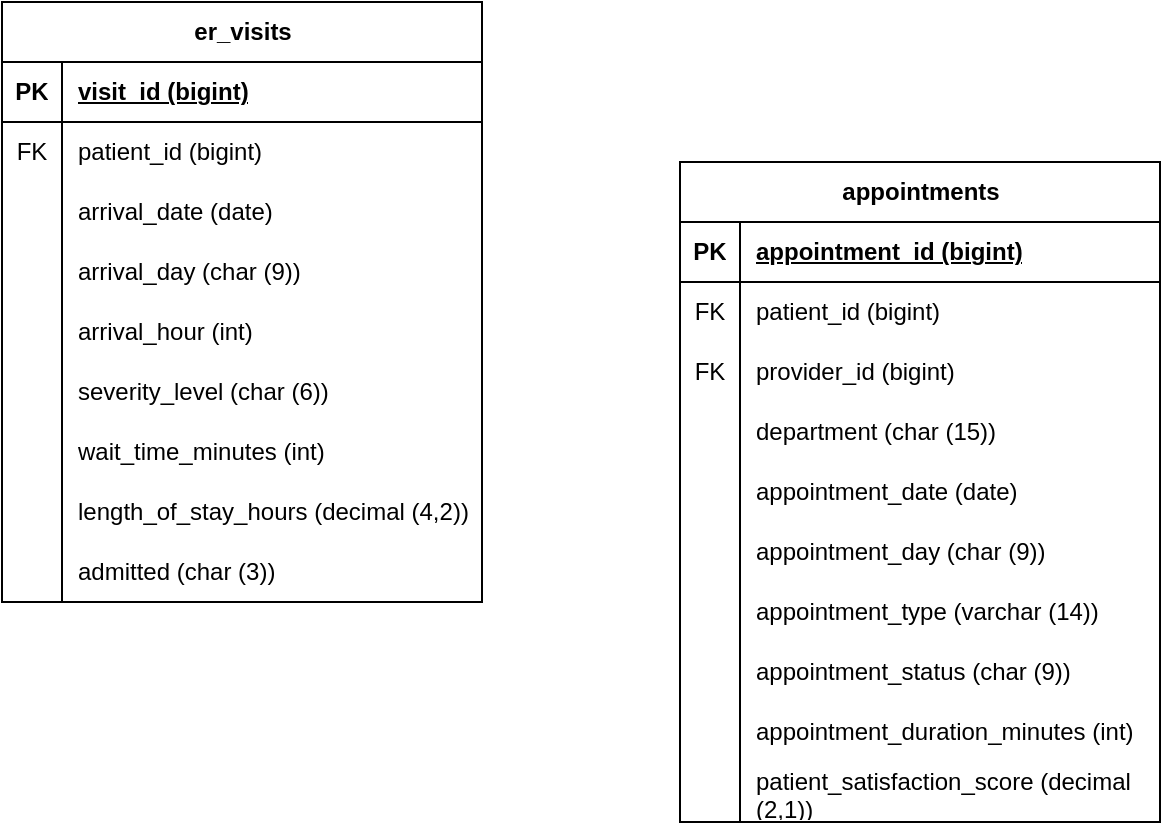
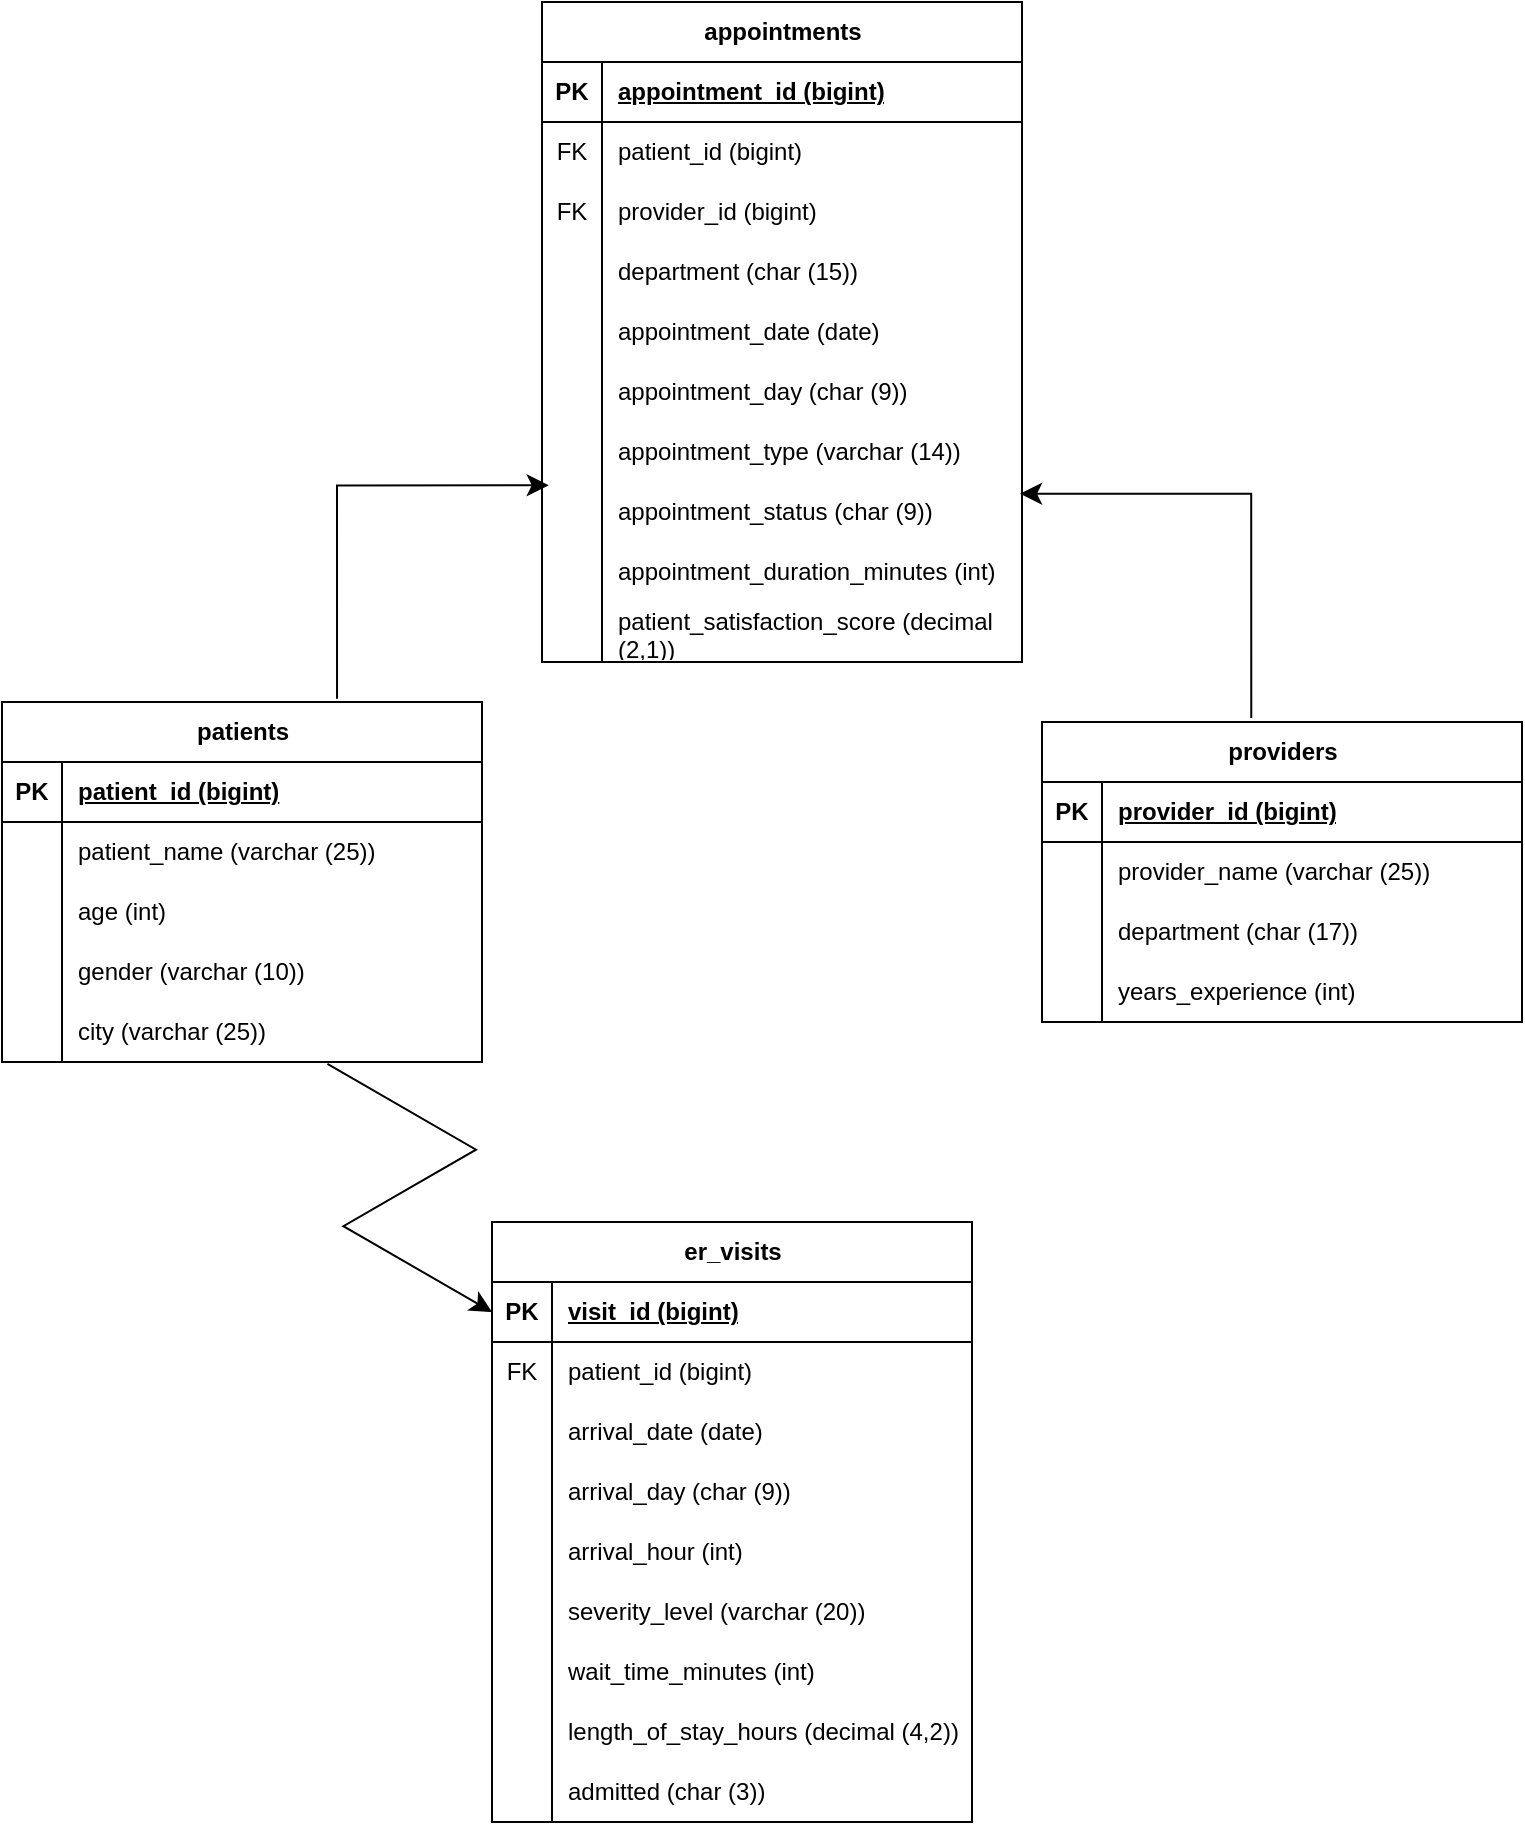
<mxfile host="app.diagrams.net" agent="Mozilla/5.0 (Windows NT 10.0; Win64; x64) AppleWebKit/537.36 (KHTML, like Gecko) Chrome/142.0.0.0 Safari/537.36 Edg/142.0.0.0">
  <diagram name="ERD_healthcare_analytics_portfolio" id="9BvIwh3tLtFuTYe9Xsei">
    <mxGraphModel grid="1" page="1" gridSize="10" guides="1" tooltips="1" connect="1" arrows="1" fold="1" pageScale="1" pageWidth="850" pageHeight="1100" math="0" shadow="0">
      <root>
        <mxCell id="0" />
        <mxCell id="1" parent="0" />
        <mxCell id="UjN1ndXcJ4lHq0jA6Iy1-11" parent="1" style="shape=table;startSize=30;container=1;collapsible=1;childLayout=tableLayout;fixedRows=1;rowLines=0;fontStyle=1;align=center;resizeLast=1;html=1;" value="er_visits" vertex="1">
-           <mxGeometry height="300" width="240" x="70" y="110" as="geometry" />
+           <mxGeometry height="300" width="240" x="305" y="640" as="geometry" />
        </mxCell>
        <mxCell id="UjN1ndXcJ4lHq0jA6Iy1-12" parent="UjN1ndXcJ4lHq0jA6Iy1-11" style="shape=tableRow;horizontal=0;startSize=0;swimlaneHead=0;swimlaneBody=0;fillColor=none;collapsible=0;dropTarget=0;points=[[0,0.5],[1,0.5]];portConstraint=eastwest;top=0;left=0;right=0;bottom=1;" value="" vertex="1">
          <mxGeometry height="30" width="240" y="30" as="geometry" />
        </mxCell>
        <mxCell id="UjN1ndXcJ4lHq0jA6Iy1-13" parent="UjN1ndXcJ4lHq0jA6Iy1-12" style="shape=partialRectangle;connectable=0;fillColor=none;top=0;left=0;bottom=0;right=0;fontStyle=1;overflow=hidden;whiteSpace=wrap;html=1;" value="PK" vertex="1">
          <mxGeometry height="30" width="30" as="geometry">
            <mxRectangle height="30" width="30" as="alternateBounds" />
          </mxGeometry>
        </mxCell>
        <mxCell id="UjN1ndXcJ4lHq0jA6Iy1-14" parent="UjN1ndXcJ4lHq0jA6Iy1-12" style="shape=partialRectangle;connectable=0;fillColor=none;top=0;left=0;bottom=0;right=0;align=left;spacingLeft=6;fontStyle=5;overflow=hidden;whiteSpace=wrap;html=1;" value="visit_id (bigint)" vertex="1">
          <mxGeometry height="30" width="210" x="30" as="geometry">
            <mxRectangle height="30" width="210" as="alternateBounds" />
          </mxGeometry>
        </mxCell>
        <mxCell id="UjN1ndXcJ4lHq0jA6Iy1-15" parent="UjN1ndXcJ4lHq0jA6Iy1-11" style="shape=tableRow;horizontal=0;startSize=0;swimlaneHead=0;swimlaneBody=0;fillColor=none;collapsible=0;dropTarget=0;points=[[0,0.5],[1,0.5]];portConstraint=eastwest;top=0;left=0;right=0;bottom=0;" value="" vertex="1">
          <mxGeometry height="30" width="240" y="60" as="geometry" />
        </mxCell>
        <mxCell id="UjN1ndXcJ4lHq0jA6Iy1-16" parent="UjN1ndXcJ4lHq0jA6Iy1-15" style="shape=partialRectangle;connectable=0;fillColor=none;top=0;left=0;bottom=0;right=0;editable=1;overflow=hidden;whiteSpace=wrap;html=1;" value="FK" vertex="1">
          <mxGeometry height="30" width="30" as="geometry">
            <mxRectangle height="30" width="30" as="alternateBounds" />
          </mxGeometry>
        </mxCell>
        <mxCell id="UjN1ndXcJ4lHq0jA6Iy1-17" parent="UjN1ndXcJ4lHq0jA6Iy1-15" style="shape=partialRectangle;connectable=0;fillColor=none;top=0;left=0;bottom=0;right=0;align=left;spacingLeft=6;overflow=hidden;whiteSpace=wrap;html=1;" value="patient_id (bigint)" vertex="1">
          <mxGeometry height="30" width="210" x="30" as="geometry">
            <mxRectangle height="30" width="210" as="alternateBounds" />
          </mxGeometry>
        </mxCell>
        <mxCell id="UjN1ndXcJ4lHq0jA6Iy1-18" parent="UjN1ndXcJ4lHq0jA6Iy1-11" style="shape=tableRow;horizontal=0;startSize=0;swimlaneHead=0;swimlaneBody=0;fillColor=none;collapsible=0;dropTarget=0;points=[[0,0.5],[1,0.5]];portConstraint=eastwest;top=0;left=0;right=0;bottom=0;" value="" vertex="1">
          <mxGeometry height="30" width="240" y="90" as="geometry" />
        </mxCell>
        <mxCell id="UjN1ndXcJ4lHq0jA6Iy1-19" parent="UjN1ndXcJ4lHq0jA6Iy1-18" style="shape=partialRectangle;connectable=0;fillColor=none;top=0;left=0;bottom=0;right=0;editable=1;overflow=hidden;whiteSpace=wrap;html=1;" value="" vertex="1">
          <mxGeometry height="30" width="30" as="geometry">
            <mxRectangle height="30" width="30" as="alternateBounds" />
          </mxGeometry>
        </mxCell>
        <mxCell id="UjN1ndXcJ4lHq0jA6Iy1-20" parent="UjN1ndXcJ4lHq0jA6Iy1-18" style="shape=partialRectangle;connectable=0;fillColor=none;top=0;left=0;bottom=0;right=0;align=left;spacingLeft=6;overflow=hidden;whiteSpace=wrap;html=1;" value="arrival_date (date)" vertex="1">
          <mxGeometry height="30" width="210" x="30" as="geometry">
            <mxRectangle height="30" width="210" as="alternateBounds" />
          </mxGeometry>
        </mxCell>
        <mxCell id="UjN1ndXcJ4lHq0jA6Iy1-21" parent="UjN1ndXcJ4lHq0jA6Iy1-11" style="shape=tableRow;horizontal=0;startSize=0;swimlaneHead=0;swimlaneBody=0;fillColor=none;collapsible=0;dropTarget=0;points=[[0,0.5],[1,0.5]];portConstraint=eastwest;top=0;left=0;right=0;bottom=0;" value="" vertex="1">
          <mxGeometry height="30" width="240" y="120" as="geometry" />
        </mxCell>
        <mxCell id="UjN1ndXcJ4lHq0jA6Iy1-22" parent="UjN1ndXcJ4lHq0jA6Iy1-21" style="shape=partialRectangle;connectable=0;fillColor=none;top=0;left=0;bottom=0;right=0;editable=1;overflow=hidden;whiteSpace=wrap;html=1;" value="" vertex="1">
          <mxGeometry height="30" width="30" as="geometry">
            <mxRectangle height="30" width="30" as="alternateBounds" />
          </mxGeometry>
        </mxCell>
        <mxCell id="UjN1ndXcJ4lHq0jA6Iy1-23" parent="UjN1ndXcJ4lHq0jA6Iy1-21" style="shape=partialRectangle;connectable=0;fillColor=none;top=0;left=0;bottom=0;right=0;align=left;spacingLeft=6;overflow=hidden;whiteSpace=wrap;html=1;" value="arrival_day (char (9))&lt;span style=&quot;white-space: pre;&quot;&gt;&#x9;&lt;/span&gt;" vertex="1">
          <mxGeometry height="30" width="210" x="30" as="geometry">
            <mxRectangle height="30" width="210" as="alternateBounds" />
          </mxGeometry>
        </mxCell>
        <mxCell id="UjN1ndXcJ4lHq0jA6Iy1-24" parent="UjN1ndXcJ4lHq0jA6Iy1-11" style="shape=tableRow;horizontal=0;startSize=0;swimlaneHead=0;swimlaneBody=0;fillColor=none;collapsible=0;dropTarget=0;points=[[0,0.5],[1,0.5]];portConstraint=eastwest;top=0;left=0;right=0;bottom=0;" vertex="1">
          <mxGeometry height="30" width="240" y="150" as="geometry" />
        </mxCell>
        <mxCell id="UjN1ndXcJ4lHq0jA6Iy1-25" parent="UjN1ndXcJ4lHq0jA6Iy1-24" style="shape=partialRectangle;connectable=0;fillColor=none;top=0;left=0;bottom=0;right=0;editable=1;overflow=hidden;whiteSpace=wrap;html=1;" vertex="1">
          <mxGeometry height="30" width="30" as="geometry">
            <mxRectangle height="30" width="30" as="alternateBounds" />
          </mxGeometry>
        </mxCell>
        <mxCell id="UjN1ndXcJ4lHq0jA6Iy1-26" parent="UjN1ndXcJ4lHq0jA6Iy1-24" style="shape=partialRectangle;connectable=0;fillColor=none;top=0;left=0;bottom=0;right=0;align=left;spacingLeft=6;overflow=hidden;whiteSpace=wrap;html=1;" value="arrival_hour (int)" vertex="1">
          <mxGeometry height="30" width="210" x="30" as="geometry">
            <mxRectangle height="30" width="210" as="alternateBounds" />
          </mxGeometry>
        </mxCell>
        <mxCell id="UjN1ndXcJ4lHq0jA6Iy1-28" parent="UjN1ndXcJ4lHq0jA6Iy1-11" style="shape=tableRow;horizontal=0;startSize=0;swimlaneHead=0;swimlaneBody=0;fillColor=none;collapsible=0;dropTarget=0;points=[[0,0.5],[1,0.5]];portConstraint=eastwest;top=0;left=0;right=0;bottom=0;" vertex="1">
          <mxGeometry height="30" width="240" y="180" as="geometry" />
        </mxCell>
        <mxCell id="UjN1ndXcJ4lHq0jA6Iy1-29" parent="UjN1ndXcJ4lHq0jA6Iy1-28" style="shape=partialRectangle;connectable=0;fillColor=none;top=0;left=0;bottom=0;right=0;editable=1;overflow=hidden;whiteSpace=wrap;html=1;" vertex="1">
          <mxGeometry height="30" width="30" as="geometry">
            <mxRectangle height="30" width="30" as="alternateBounds" />
          </mxGeometry>
        </mxCell>
-         <mxCell id="UjN1ndXcJ4lHq0jA6Iy1-30" parent="UjN1ndXcJ4lHq0jA6Iy1-28" style="shape=partialRectangle;connectable=0;fillColor=none;top=0;left=0;bottom=0;right=0;align=left;spacingLeft=6;overflow=hidden;whiteSpace=wrap;html=1;" value="severity_level (char (6))" vertex="1">
+         <mxCell id="UjN1ndXcJ4lHq0jA6Iy1-30" parent="UjN1ndXcJ4lHq0jA6Iy1-28" style="shape=partialRectangle;connectable=0;fillColor=none;top=0;left=0;bottom=0;right=0;align=left;spacingLeft=6;overflow=hidden;whiteSpace=wrap;html=1;" value="severity_level (varchar (20))" vertex="1">
          <mxGeometry height="30" width="210" x="30" as="geometry">
            <mxRectangle height="30" width="210" as="alternateBounds" />
          </mxGeometry>
        </mxCell>
        <mxCell id="UjN1ndXcJ4lHq0jA6Iy1-31" parent="UjN1ndXcJ4lHq0jA6Iy1-11" style="shape=tableRow;horizontal=0;startSize=0;swimlaneHead=0;swimlaneBody=0;fillColor=none;collapsible=0;dropTarget=0;points=[[0,0.5],[1,0.5]];portConstraint=eastwest;top=0;left=0;right=0;bottom=0;" vertex="1">
          <mxGeometry height="30" width="240" y="210" as="geometry" />
        </mxCell>
        <mxCell id="UjN1ndXcJ4lHq0jA6Iy1-32" parent="UjN1ndXcJ4lHq0jA6Iy1-31" style="shape=partialRectangle;connectable=0;fillColor=none;top=0;left=0;bottom=0;right=0;editable=1;overflow=hidden;whiteSpace=wrap;html=1;" vertex="1">
          <mxGeometry height="30" width="30" as="geometry">
            <mxRectangle height="30" width="30" as="alternateBounds" />
          </mxGeometry>
        </mxCell>
        <mxCell id="UjN1ndXcJ4lHq0jA6Iy1-33" parent="UjN1ndXcJ4lHq0jA6Iy1-31" style="shape=partialRectangle;connectable=0;fillColor=none;top=0;left=0;bottom=0;right=0;align=left;spacingLeft=6;overflow=hidden;whiteSpace=wrap;html=1;" value="wait_time_minutes (int)" vertex="1">
          <mxGeometry height="30" width="210" x="30" as="geometry">
            <mxRectangle height="30" width="210" as="alternateBounds" />
          </mxGeometry>
        </mxCell>
        <mxCell id="UjN1ndXcJ4lHq0jA6Iy1-34" parent="UjN1ndXcJ4lHq0jA6Iy1-11" style="shape=tableRow;horizontal=0;startSize=0;swimlaneHead=0;swimlaneBody=0;fillColor=none;collapsible=0;dropTarget=0;points=[[0,0.5],[1,0.5]];portConstraint=eastwest;top=0;left=0;right=0;bottom=0;" vertex="1">
          <mxGeometry height="30" width="240" y="240" as="geometry" />
        </mxCell>
        <mxCell id="UjN1ndXcJ4lHq0jA6Iy1-35" parent="UjN1ndXcJ4lHq0jA6Iy1-34" style="shape=partialRectangle;connectable=0;fillColor=none;top=0;left=0;bottom=0;right=0;editable=1;overflow=hidden;whiteSpace=wrap;html=1;" vertex="1">
          <mxGeometry height="30" width="30" as="geometry">
            <mxRectangle height="30" width="30" as="alternateBounds" />
          </mxGeometry>
        </mxCell>
        <mxCell id="UjN1ndXcJ4lHq0jA6Iy1-36" parent="UjN1ndXcJ4lHq0jA6Iy1-34" style="shape=partialRectangle;connectable=0;fillColor=none;top=0;left=0;bottom=0;right=0;align=left;spacingLeft=6;overflow=hidden;whiteSpace=wrap;html=1;" value="length_of_stay_hours (decimal (4,2))" vertex="1">
          <mxGeometry height="30" width="210" x="30" as="geometry">
            <mxRectangle height="30" width="210" as="alternateBounds" />
          </mxGeometry>
        </mxCell>
        <mxCell id="MWFX9DYXdbrkRLNGi5lg-7" parent="UjN1ndXcJ4lHq0jA6Iy1-11" style="shape=tableRow;horizontal=0;startSize=0;swimlaneHead=0;swimlaneBody=0;fillColor=none;collapsible=0;dropTarget=0;points=[[0,0.5],[1,0.5]];portConstraint=eastwest;top=0;left=0;right=0;bottom=0;" vertex="1">
          <mxGeometry height="30" width="240" y="270" as="geometry" />
        </mxCell>
        <mxCell id="MWFX9DYXdbrkRLNGi5lg-8" parent="MWFX9DYXdbrkRLNGi5lg-7" style="shape=partialRectangle;connectable=0;fillColor=none;top=0;left=0;bottom=0;right=0;editable=1;overflow=hidden;whiteSpace=wrap;html=1;" vertex="1">
          <mxGeometry height="30" width="30" as="geometry">
            <mxRectangle height="30" width="30" as="alternateBounds" />
          </mxGeometry>
        </mxCell>
        <mxCell id="MWFX9DYXdbrkRLNGi5lg-9" parent="MWFX9DYXdbrkRLNGi5lg-7" style="shape=partialRectangle;connectable=0;fillColor=none;top=0;left=0;bottom=0;right=0;align=left;spacingLeft=6;overflow=hidden;whiteSpace=wrap;html=1;" value="admitted (char (3))" vertex="1">
          <mxGeometry height="30" width="210" x="30" as="geometry">
            <mxRectangle height="30" width="210" as="alternateBounds" />
          </mxGeometry>
        </mxCell>
        <mxCell id="LG3A9SinAXKCMsO0rOEQ-1" parent="1" style="shape=table;startSize=30;container=1;collapsible=1;childLayout=tableLayout;fixedRows=1;rowLines=0;fontStyle=1;align=center;resizeLast=1;html=1;" value="appointments" vertex="1">
-           <mxGeometry height="330" width="240" x="409" y="190" as="geometry" />
+           <mxGeometry height="330" width="240" x="330" y="30" as="geometry" />
        </mxCell>
        <mxCell id="LG3A9SinAXKCMsO0rOEQ-2" parent="LG3A9SinAXKCMsO0rOEQ-1" style="shape=tableRow;horizontal=0;startSize=0;swimlaneHead=0;swimlaneBody=0;fillColor=none;collapsible=0;dropTarget=0;points=[[0,0.5],[1,0.5]];portConstraint=eastwest;top=0;left=0;right=0;bottom=1;" value="" vertex="1">
          <mxGeometry height="30" width="240" y="30" as="geometry" />
        </mxCell>
        <mxCell id="LG3A9SinAXKCMsO0rOEQ-3" parent="LG3A9SinAXKCMsO0rOEQ-2" style="shape=partialRectangle;connectable=0;fillColor=none;top=0;left=0;bottom=0;right=0;fontStyle=1;overflow=hidden;whiteSpace=wrap;html=1;" value="PK" vertex="1">
          <mxGeometry height="30" width="30" as="geometry">
            <mxRectangle height="30" width="30" as="alternateBounds" />
          </mxGeometry>
        </mxCell>
        <mxCell id="LG3A9SinAXKCMsO0rOEQ-4" parent="LG3A9SinAXKCMsO0rOEQ-2" style="shape=partialRectangle;connectable=0;fillColor=none;top=0;left=0;bottom=0;right=0;align=left;spacingLeft=6;fontStyle=5;overflow=hidden;whiteSpace=wrap;html=1;" value="appointment_id (bigint)" vertex="1">
          <mxGeometry height="30" width="210" x="30" as="geometry">
            <mxRectangle height="30" width="210" as="alternateBounds" />
          </mxGeometry>
        </mxCell>
        <mxCell id="LG3A9SinAXKCMsO0rOEQ-5" parent="LG3A9SinAXKCMsO0rOEQ-1" style="shape=tableRow;horizontal=0;startSize=0;swimlaneHead=0;swimlaneBody=0;fillColor=none;collapsible=0;dropTarget=0;points=[[0,0.5],[1,0.5]];portConstraint=eastwest;top=0;left=0;right=0;bottom=0;" value="" vertex="1">
          <mxGeometry height="30" width="240" y="60" as="geometry" />
        </mxCell>
        <mxCell id="LG3A9SinAXKCMsO0rOEQ-6" parent="LG3A9SinAXKCMsO0rOEQ-5" style="shape=partialRectangle;connectable=0;fillColor=none;top=0;left=0;bottom=0;right=0;editable=1;overflow=hidden;whiteSpace=wrap;html=1;" value="FK" vertex="1">
          <mxGeometry height="30" width="30" as="geometry">
            <mxRectangle height="30" width="30" as="alternateBounds" />
          </mxGeometry>
        </mxCell>
        <mxCell id="LG3A9SinAXKCMsO0rOEQ-7" parent="LG3A9SinAXKCMsO0rOEQ-5" style="shape=partialRectangle;connectable=0;fillColor=none;top=0;left=0;bottom=0;right=0;align=left;spacingLeft=6;overflow=hidden;whiteSpace=wrap;html=1;" value="patient_id (bigint)" vertex="1">
          <mxGeometry height="30" width="210" x="30" as="geometry">
            <mxRectangle height="30" width="210" as="alternateBounds" />
          </mxGeometry>
        </mxCell>
        <mxCell id="LG3A9SinAXKCMsO0rOEQ-8" parent="LG3A9SinAXKCMsO0rOEQ-1" style="shape=tableRow;horizontal=0;startSize=0;swimlaneHead=0;swimlaneBody=0;fillColor=none;collapsible=0;dropTarget=0;points=[[0,0.5],[1,0.5]];portConstraint=eastwest;top=0;left=0;right=0;bottom=0;" value="" vertex="1">
          <mxGeometry height="30" width="240" y="90" as="geometry" />
        </mxCell>
        <mxCell id="LG3A9SinAXKCMsO0rOEQ-9" parent="LG3A9SinAXKCMsO0rOEQ-8" style="shape=partialRectangle;connectable=0;fillColor=none;top=0;left=0;bottom=0;right=0;editable=1;overflow=hidden;whiteSpace=wrap;html=1;" value="FK" vertex="1">
          <mxGeometry height="30" width="30" as="geometry">
            <mxRectangle height="30" width="30" as="alternateBounds" />
          </mxGeometry>
        </mxCell>
        <mxCell id="LG3A9SinAXKCMsO0rOEQ-10" parent="LG3A9SinAXKCMsO0rOEQ-8" style="shape=partialRectangle;connectable=0;fillColor=none;top=0;left=0;bottom=0;right=0;align=left;spacingLeft=6;overflow=hidden;whiteSpace=wrap;html=1;" value="provider_id (bigint)" vertex="1">
          <mxGeometry height="30" width="210" x="30" as="geometry">
            <mxRectangle height="30" width="210" as="alternateBounds" />
          </mxGeometry>
        </mxCell>
        <mxCell id="LG3A9SinAXKCMsO0rOEQ-11" parent="LG3A9SinAXKCMsO0rOEQ-1" style="shape=tableRow;horizontal=0;startSize=0;swimlaneHead=0;swimlaneBody=0;fillColor=none;collapsible=0;dropTarget=0;points=[[0,0.5],[1,0.5]];portConstraint=eastwest;top=0;left=0;right=0;bottom=0;" value="" vertex="1">
          <mxGeometry height="30" width="240" y="120" as="geometry" />
        </mxCell>
        <mxCell id="LG3A9SinAXKCMsO0rOEQ-12" parent="LG3A9SinAXKCMsO0rOEQ-11" style="shape=partialRectangle;connectable=0;fillColor=none;top=0;left=0;bottom=0;right=0;editable=1;overflow=hidden;whiteSpace=wrap;html=1;" value="" vertex="1">
          <mxGeometry height="30" width="30" as="geometry">
            <mxRectangle height="30" width="30" as="alternateBounds" />
          </mxGeometry>
        </mxCell>
        <mxCell id="LG3A9SinAXKCMsO0rOEQ-13" parent="LG3A9SinAXKCMsO0rOEQ-11" style="shape=partialRectangle;connectable=0;fillColor=none;top=0;left=0;bottom=0;right=0;align=left;spacingLeft=6;overflow=hidden;whiteSpace=wrap;html=1;" value="department (char (15))&lt;span style=&quot;white-space: pre;&quot;&gt;&#x9;&lt;/span&gt;" vertex="1">
          <mxGeometry height="30" width="210" x="30" as="geometry">
            <mxRectangle height="30" width="210" as="alternateBounds" />
          </mxGeometry>
        </mxCell>
        <mxCell id="LG3A9SinAXKCMsO0rOEQ-14" parent="LG3A9SinAXKCMsO0rOEQ-1" style="shape=tableRow;horizontal=0;startSize=0;swimlaneHead=0;swimlaneBody=0;fillColor=none;collapsible=0;dropTarget=0;points=[[0,0.5],[1,0.5]];portConstraint=eastwest;top=0;left=0;right=0;bottom=0;" vertex="1">
          <mxGeometry height="30" width="240" y="150" as="geometry" />
        </mxCell>
        <mxCell id="LG3A9SinAXKCMsO0rOEQ-15" parent="LG3A9SinAXKCMsO0rOEQ-14" style="shape=partialRectangle;connectable=0;fillColor=none;top=0;left=0;bottom=0;right=0;editable=1;overflow=hidden;whiteSpace=wrap;html=1;" vertex="1">
          <mxGeometry height="30" width="30" as="geometry">
            <mxRectangle height="30" width="30" as="alternateBounds" />
          </mxGeometry>
        </mxCell>
        <mxCell id="LG3A9SinAXKCMsO0rOEQ-16" parent="LG3A9SinAXKCMsO0rOEQ-14" style="shape=partialRectangle;connectable=0;fillColor=none;top=0;left=0;bottom=0;right=0;align=left;spacingLeft=6;overflow=hidden;whiteSpace=wrap;html=1;" value="appointment_date (date)" vertex="1">
          <mxGeometry height="30" width="210" x="30" as="geometry">
            <mxRectangle height="30" width="210" as="alternateBounds" />
          </mxGeometry>
        </mxCell>
        <mxCell id="LG3A9SinAXKCMsO0rOEQ-17" parent="LG3A9SinAXKCMsO0rOEQ-1" style="shape=tableRow;horizontal=0;startSize=0;swimlaneHead=0;swimlaneBody=0;fillColor=none;collapsible=0;dropTarget=0;points=[[0,0.5],[1,0.5]];portConstraint=eastwest;top=0;left=0;right=0;bottom=0;" vertex="1">
          <mxGeometry height="30" width="240" y="180" as="geometry" />
        </mxCell>
        <mxCell id="LG3A9SinAXKCMsO0rOEQ-18" parent="LG3A9SinAXKCMsO0rOEQ-17" style="shape=partialRectangle;connectable=0;fillColor=none;top=0;left=0;bottom=0;right=0;editable=1;overflow=hidden;whiteSpace=wrap;html=1;" vertex="1">
          <mxGeometry height="30" width="30" as="geometry">
            <mxRectangle height="30" width="30" as="alternateBounds" />
          </mxGeometry>
        </mxCell>
        <mxCell id="LG3A9SinAXKCMsO0rOEQ-19" parent="LG3A9SinAXKCMsO0rOEQ-17" style="shape=partialRectangle;connectable=0;fillColor=none;top=0;left=0;bottom=0;right=0;align=left;spacingLeft=6;overflow=hidden;whiteSpace=wrap;html=1;" value="appointment_day (char (9))" vertex="1">
          <mxGeometry height="30" width="210" x="30" as="geometry">
            <mxRectangle height="30" width="210" as="alternateBounds" />
          </mxGeometry>
        </mxCell>
        <mxCell id="LG3A9SinAXKCMsO0rOEQ-20" parent="LG3A9SinAXKCMsO0rOEQ-1" style="shape=tableRow;horizontal=0;startSize=0;swimlaneHead=0;swimlaneBody=0;fillColor=none;collapsible=0;dropTarget=0;points=[[0,0.5],[1,0.5]];portConstraint=eastwest;top=0;left=0;right=0;bottom=0;" vertex="1">
          <mxGeometry height="30" width="240" y="210" as="geometry" />
        </mxCell>
        <mxCell id="LG3A9SinAXKCMsO0rOEQ-21" parent="LG3A9SinAXKCMsO0rOEQ-20" style="shape=partialRectangle;connectable=0;fillColor=none;top=0;left=0;bottom=0;right=0;editable=1;overflow=hidden;whiteSpace=wrap;html=1;" vertex="1">
          <mxGeometry height="30" width="30" as="geometry">
            <mxRectangle height="30" width="30" as="alternateBounds" />
          </mxGeometry>
        </mxCell>
        <mxCell id="LG3A9SinAXKCMsO0rOEQ-22" parent="LG3A9SinAXKCMsO0rOEQ-20" style="shape=partialRectangle;connectable=0;fillColor=none;top=0;left=0;bottom=0;right=0;align=left;spacingLeft=6;overflow=hidden;whiteSpace=wrap;html=1;" value="appointment_type (varchar (14))" vertex="1">
          <mxGeometry height="30" width="210" x="30" as="geometry">
            <mxRectangle height="30" width="210" as="alternateBounds" />
          </mxGeometry>
        </mxCell>
        <mxCell id="LG3A9SinAXKCMsO0rOEQ-23" parent="LG3A9SinAXKCMsO0rOEQ-1" style="shape=tableRow;horizontal=0;startSize=0;swimlaneHead=0;swimlaneBody=0;fillColor=none;collapsible=0;dropTarget=0;points=[[0,0.5],[1,0.5]];portConstraint=eastwest;top=0;left=0;right=0;bottom=0;" vertex="1">
          <mxGeometry height="30" width="240" y="240" as="geometry" />
        </mxCell>
        <mxCell id="LG3A9SinAXKCMsO0rOEQ-24" parent="LG3A9SinAXKCMsO0rOEQ-23" style="shape=partialRectangle;connectable=0;fillColor=none;top=0;left=0;bottom=0;right=0;editable=1;overflow=hidden;whiteSpace=wrap;html=1;" vertex="1">
          <mxGeometry height="30" width="30" as="geometry">
            <mxRectangle height="30" width="30" as="alternateBounds" />
          </mxGeometry>
        </mxCell>
        <mxCell id="LG3A9SinAXKCMsO0rOEQ-25" parent="LG3A9SinAXKCMsO0rOEQ-23" style="shape=partialRectangle;connectable=0;fillColor=none;top=0;left=0;bottom=0;right=0;align=left;spacingLeft=6;overflow=hidden;whiteSpace=wrap;html=1;" value="appointment_status (char (9))" vertex="1">
          <mxGeometry height="30" width="210" x="30" as="geometry">
            <mxRectangle height="30" width="210" as="alternateBounds" />
          </mxGeometry>
        </mxCell>
        <mxCell id="LG3A9SinAXKCMsO0rOEQ-26" parent="LG3A9SinAXKCMsO0rOEQ-1" style="shape=tableRow;horizontal=0;startSize=0;swimlaneHead=0;swimlaneBody=0;fillColor=none;collapsible=0;dropTarget=0;points=[[0,0.5],[1,0.5]];portConstraint=eastwest;top=0;left=0;right=0;bottom=0;" vertex="1">
          <mxGeometry height="30" width="240" y="270" as="geometry" />
        </mxCell>
        <mxCell id="LG3A9SinAXKCMsO0rOEQ-27" parent="LG3A9SinAXKCMsO0rOEQ-26" style="shape=partialRectangle;connectable=0;fillColor=none;top=0;left=0;bottom=0;right=0;editable=1;overflow=hidden;whiteSpace=wrap;html=1;" vertex="1">
          <mxGeometry height="30" width="30" as="geometry">
            <mxRectangle height="30" width="30" as="alternateBounds" />
          </mxGeometry>
        </mxCell>
        <mxCell id="LG3A9SinAXKCMsO0rOEQ-28" parent="LG3A9SinAXKCMsO0rOEQ-26" style="shape=partialRectangle;connectable=0;fillColor=none;top=0;left=0;bottom=0;right=0;align=left;spacingLeft=6;overflow=hidden;whiteSpace=wrap;html=1;" value="appointment_duration_minutes (int)" vertex="1">
          <mxGeometry height="30" width="210" x="30" as="geometry">
            <mxRectangle height="30" width="210" as="alternateBounds" />
          </mxGeometry>
        </mxCell>
        <mxCell id="LG3A9SinAXKCMsO0rOEQ-29" parent="LG3A9SinAXKCMsO0rOEQ-1" style="shape=tableRow;horizontal=0;startSize=0;swimlaneHead=0;swimlaneBody=0;fillColor=none;collapsible=0;dropTarget=0;points=[[0,0.5],[1,0.5]];portConstraint=eastwest;top=0;left=0;right=0;bottom=0;" vertex="1">
          <mxGeometry height="30" width="240" y="300" as="geometry" />
        </mxCell>
        <mxCell id="LG3A9SinAXKCMsO0rOEQ-30" parent="LG3A9SinAXKCMsO0rOEQ-29" style="shape=partialRectangle;connectable=0;fillColor=none;top=0;left=0;bottom=0;right=0;editable=1;overflow=hidden;whiteSpace=wrap;html=1;" vertex="1">
          <mxGeometry height="30" width="30" as="geometry">
            <mxRectangle height="30" width="30" as="alternateBounds" />
          </mxGeometry>
        </mxCell>
        <mxCell id="LG3A9SinAXKCMsO0rOEQ-31" parent="LG3A9SinAXKCMsO0rOEQ-29" style="shape=partialRectangle;connectable=0;fillColor=none;top=0;left=0;bottom=0;right=0;align=left;spacingLeft=6;overflow=hidden;whiteSpace=wrap;html=1;" value="patient_satisfaction_score (decimal (2,1))" vertex="1">
          <mxGeometry height="30" width="210" x="30" as="geometry">
            <mxRectangle height="30" width="210" as="alternateBounds" />
+           </mxGeometry>
+         </mxCell>
+         <mxCell id="LG3A9SinAXKCMsO0rOEQ-32" parent="1" style="shape=table;startSize=30;container=1;collapsible=1;childLayout=tableLayout;fixedRows=1;rowLines=0;fontStyle=1;align=center;resizeLast=1;html=1;" value="patients" vertex="1">
+           <mxGeometry height="180" width="240" x="60" y="380" as="geometry" />
+         </mxCell>
+         <mxCell id="LG3A9SinAXKCMsO0rOEQ-33" parent="LG3A9SinAXKCMsO0rOEQ-32" style="shape=tableRow;horizontal=0;startSize=0;swimlaneHead=0;swimlaneBody=0;fillColor=none;collapsible=0;dropTarget=0;points=[[0,0.5],[1,0.5]];portConstraint=eastwest;top=0;left=0;right=0;bottom=1;" value="" vertex="1">
+           <mxGeometry height="30" width="240" y="30" as="geometry" />
+         </mxCell>
+         <mxCell id="LG3A9SinAXKCMsO0rOEQ-34" parent="LG3A9SinAXKCMsO0rOEQ-33" style="shape=partialRectangle;connectable=0;fillColor=none;top=0;left=0;bottom=0;right=0;fontStyle=1;overflow=hidden;whiteSpace=wrap;html=1;" value="PK" vertex="1">
+           <mxGeometry height="30" width="30" as="geometry">
+             <mxRectangle height="30" width="30" as="alternateBounds" />
+           </mxGeometry>
+         </mxCell>
+         <mxCell id="LG3A9SinAXKCMsO0rOEQ-35" parent="LG3A9SinAXKCMsO0rOEQ-33" style="shape=partialRectangle;connectable=0;fillColor=none;top=0;left=0;bottom=0;right=0;align=left;spacingLeft=6;fontStyle=5;overflow=hidden;whiteSpace=wrap;html=1;" value="patient_id (bigint)" vertex="1">
+           <mxGeometry height="30" width="210" x="30" as="geometry">
+             <mxRectangle height="30" width="210" as="alternateBounds" />
+           </mxGeometry>
+         </mxCell>
+         <mxCell id="LG3A9SinAXKCMsO0rOEQ-36" parent="LG3A9SinAXKCMsO0rOEQ-32" style="shape=tableRow;horizontal=0;startSize=0;swimlaneHead=0;swimlaneBody=0;fillColor=none;collapsible=0;dropTarget=0;points=[[0,0.5],[1,0.5]];portConstraint=eastwest;top=0;left=0;right=0;bottom=0;" value="" vertex="1">
+           <mxGeometry height="30" width="240" y="60" as="geometry" />
+         </mxCell>
+         <mxCell id="LG3A9SinAXKCMsO0rOEQ-37" parent="LG3A9SinAXKCMsO0rOEQ-36" style="shape=partialRectangle;connectable=0;fillColor=none;top=0;left=0;bottom=0;right=0;editable=1;overflow=hidden;whiteSpace=wrap;html=1;" value="" vertex="1">
+           <mxGeometry height="30" width="30" as="geometry">
+             <mxRectangle height="30" width="30" as="alternateBounds" />
+           </mxGeometry>
+         </mxCell>
+         <mxCell id="LG3A9SinAXKCMsO0rOEQ-38" parent="LG3A9SinAXKCMsO0rOEQ-36" style="shape=partialRectangle;connectable=0;fillColor=none;top=0;left=0;bottom=0;right=0;align=left;spacingLeft=6;overflow=hidden;whiteSpace=wrap;html=1;" value="patient_name (varchar (25))" vertex="1">
+           <mxGeometry height="30" width="210" x="30" as="geometry">
+             <mxRectangle height="30" width="210" as="alternateBounds" />
+           </mxGeometry>
+         </mxCell>
+         <mxCell id="LG3A9SinAXKCMsO0rOEQ-39" parent="LG3A9SinAXKCMsO0rOEQ-32" style="shape=tableRow;horizontal=0;startSize=0;swimlaneHead=0;swimlaneBody=0;fillColor=none;collapsible=0;dropTarget=0;points=[[0,0.5],[1,0.5]];portConstraint=eastwest;top=0;left=0;right=0;bottom=0;" value="" vertex="1">
+           <mxGeometry height="30" width="240" y="90" as="geometry" />
+         </mxCell>
+         <mxCell id="LG3A9SinAXKCMsO0rOEQ-40" parent="LG3A9SinAXKCMsO0rOEQ-39" style="shape=partialRectangle;connectable=0;fillColor=none;top=0;left=0;bottom=0;right=0;editable=1;overflow=hidden;whiteSpace=wrap;html=1;" value="" vertex="1">
+           <mxGeometry height="30" width="30" as="geometry">
+             <mxRectangle height="30" width="30" as="alternateBounds" />
+           </mxGeometry>
+         </mxCell>
+         <mxCell id="LG3A9SinAXKCMsO0rOEQ-41" parent="LG3A9SinAXKCMsO0rOEQ-39" style="shape=partialRectangle;connectable=0;fillColor=none;top=0;left=0;bottom=0;right=0;align=left;spacingLeft=6;overflow=hidden;whiteSpace=wrap;html=1;" value="age (int)" vertex="1">
+           <mxGeometry height="30" width="210" x="30" as="geometry">
+             <mxRectangle height="30" width="210" as="alternateBounds" />
+           </mxGeometry>
+         </mxCell>
+         <mxCell id="LG3A9SinAXKCMsO0rOEQ-42" parent="LG3A9SinAXKCMsO0rOEQ-32" style="shape=tableRow;horizontal=0;startSize=0;swimlaneHead=0;swimlaneBody=0;fillColor=none;collapsible=0;dropTarget=0;points=[[0,0.5],[1,0.5]];portConstraint=eastwest;top=0;left=0;right=0;bottom=0;" value="" vertex="1">
+           <mxGeometry height="30" width="240" y="120" as="geometry" />
+         </mxCell>
+         <mxCell id="LG3A9SinAXKCMsO0rOEQ-43" parent="LG3A9SinAXKCMsO0rOEQ-42" style="shape=partialRectangle;connectable=0;fillColor=none;top=0;left=0;bottom=0;right=0;editable=1;overflow=hidden;whiteSpace=wrap;html=1;" value="" vertex="1">
+           <mxGeometry height="30" width="30" as="geometry">
+             <mxRectangle height="30" width="30" as="alternateBounds" />
+           </mxGeometry>
+         </mxCell>
+         <mxCell id="LG3A9SinAXKCMsO0rOEQ-44" parent="LG3A9SinAXKCMsO0rOEQ-42" style="shape=partialRectangle;connectable=0;fillColor=none;top=0;left=0;bottom=0;right=0;align=left;spacingLeft=6;overflow=hidden;whiteSpace=wrap;html=1;" value="gender (varchar (10))&lt;span style=&quot;white-space: pre;&quot;&gt;&#x9;&lt;/span&gt;" vertex="1">
+           <mxGeometry height="30" width="210" x="30" as="geometry">
+             <mxRectangle height="30" width="210" as="alternateBounds" />
+           </mxGeometry>
+         </mxCell>
+         <mxCell id="LG3A9SinAXKCMsO0rOEQ-48" parent="LG3A9SinAXKCMsO0rOEQ-32" style="shape=tableRow;horizontal=0;startSize=0;swimlaneHead=0;swimlaneBody=0;fillColor=none;collapsible=0;dropTarget=0;points=[[0,0.5],[1,0.5]];portConstraint=eastwest;top=0;left=0;right=0;bottom=0;" vertex="1">
+           <mxGeometry height="30" width="240" y="150" as="geometry" />
+         </mxCell>
+         <mxCell id="LG3A9SinAXKCMsO0rOEQ-49" parent="LG3A9SinAXKCMsO0rOEQ-48" style="shape=partialRectangle;connectable=0;fillColor=none;top=0;left=0;bottom=0;right=0;editable=1;overflow=hidden;whiteSpace=wrap;html=1;" vertex="1">
+           <mxGeometry height="30" width="30" as="geometry">
+             <mxRectangle height="30" width="30" as="alternateBounds" />
+           </mxGeometry>
+         </mxCell>
+         <mxCell id="LG3A9SinAXKCMsO0rOEQ-50" parent="LG3A9SinAXKCMsO0rOEQ-48" style="shape=partialRectangle;connectable=0;fillColor=none;top=0;left=0;bottom=0;right=0;align=left;spacingLeft=6;overflow=hidden;whiteSpace=wrap;html=1;" value="city (varchar (25))" vertex="1">
+           <mxGeometry height="30" width="210" x="30" as="geometry">
+             <mxRectangle height="30" width="210" as="alternateBounds" />
+           </mxGeometry>
+         </mxCell>
+         <mxCell id="LG3A9SinAXKCMsO0rOEQ-66" parent="1" style="shape=table;startSize=30;container=1;collapsible=1;childLayout=tableLayout;fixedRows=1;rowLines=0;fontStyle=1;align=center;resizeLast=1;html=1;" value="providers" vertex="1">
+           <mxGeometry height="150" width="240" x="580" y="390" as="geometry" />
+         </mxCell>
+         <mxCell id="LG3A9SinAXKCMsO0rOEQ-67" parent="LG3A9SinAXKCMsO0rOEQ-66" style="shape=tableRow;horizontal=0;startSize=0;swimlaneHead=0;swimlaneBody=0;fillColor=none;collapsible=0;dropTarget=0;points=[[0,0.5],[1,0.5]];portConstraint=eastwest;top=0;left=0;right=0;bottom=1;" value="" vertex="1">
+           <mxGeometry height="30" width="240" y="30" as="geometry" />
+         </mxCell>
+         <mxCell id="LG3A9SinAXKCMsO0rOEQ-68" parent="LG3A9SinAXKCMsO0rOEQ-67" style="shape=partialRectangle;connectable=0;fillColor=none;top=0;left=0;bottom=0;right=0;fontStyle=1;overflow=hidden;whiteSpace=wrap;html=1;" value="PK" vertex="1">
+           <mxGeometry height="30" width="30" as="geometry">
+             <mxRectangle height="30" width="30" as="alternateBounds" />
+           </mxGeometry>
+         </mxCell>
+         <mxCell id="LG3A9SinAXKCMsO0rOEQ-69" parent="LG3A9SinAXKCMsO0rOEQ-67" style="shape=partialRectangle;connectable=0;fillColor=none;top=0;left=0;bottom=0;right=0;align=left;spacingLeft=6;fontStyle=5;overflow=hidden;whiteSpace=wrap;html=1;" value="provider_id (bigint)" vertex="1">
+           <mxGeometry height="30" width="210" x="30" as="geometry">
+             <mxRectangle height="30" width="210" as="alternateBounds" />
+           </mxGeometry>
+         </mxCell>
+         <mxCell id="LG3A9SinAXKCMsO0rOEQ-70" parent="LG3A9SinAXKCMsO0rOEQ-66" style="shape=tableRow;horizontal=0;startSize=0;swimlaneHead=0;swimlaneBody=0;fillColor=none;collapsible=0;dropTarget=0;points=[[0,0.5],[1,0.5]];portConstraint=eastwest;top=0;left=0;right=0;bottom=0;" value="" vertex="1">
+           <mxGeometry height="30" width="240" y="60" as="geometry" />
+         </mxCell>
+         <mxCell id="LG3A9SinAXKCMsO0rOEQ-71" parent="LG3A9SinAXKCMsO0rOEQ-70" style="shape=partialRectangle;connectable=0;fillColor=none;top=0;left=0;bottom=0;right=0;editable=1;overflow=hidden;whiteSpace=wrap;html=1;" value="" vertex="1">
+           <mxGeometry height="30" width="30" as="geometry">
+             <mxRectangle height="30" width="30" as="alternateBounds" />
+           </mxGeometry>
+         </mxCell>
+         <mxCell id="LG3A9SinAXKCMsO0rOEQ-72" parent="LG3A9SinAXKCMsO0rOEQ-70" style="shape=partialRectangle;connectable=0;fillColor=none;top=0;left=0;bottom=0;right=0;align=left;spacingLeft=6;overflow=hidden;whiteSpace=wrap;html=1;" value="provider_name (varchar (25))" vertex="1">
+           <mxGeometry height="30" width="210" x="30" as="geometry">
+             <mxRectangle height="30" width="210" as="alternateBounds" />
+           </mxGeometry>
+         </mxCell>
+         <mxCell id="LG3A9SinAXKCMsO0rOEQ-73" parent="LG3A9SinAXKCMsO0rOEQ-66" style="shape=tableRow;horizontal=0;startSize=0;swimlaneHead=0;swimlaneBody=0;fillColor=none;collapsible=0;dropTarget=0;points=[[0,0.5],[1,0.5]];portConstraint=eastwest;top=0;left=0;right=0;bottom=0;" value="" vertex="1">
+           <mxGeometry height="30" width="240" y="90" as="geometry" />
+         </mxCell>
+         <mxCell id="LG3A9SinAXKCMsO0rOEQ-74" parent="LG3A9SinAXKCMsO0rOEQ-73" style="shape=partialRectangle;connectable=0;fillColor=none;top=0;left=0;bottom=0;right=0;editable=1;overflow=hidden;whiteSpace=wrap;html=1;" value="" vertex="1">
+           <mxGeometry height="30" width="30" as="geometry">
+             <mxRectangle height="30" width="30" as="alternateBounds" />
+           </mxGeometry>
+         </mxCell>
+         <mxCell id="LG3A9SinAXKCMsO0rOEQ-75" parent="LG3A9SinAXKCMsO0rOEQ-73" style="shape=partialRectangle;connectable=0;fillColor=none;top=0;left=0;bottom=0;right=0;align=left;spacingLeft=6;overflow=hidden;whiteSpace=wrap;html=1;" value="department (char (17))" vertex="1">
+           <mxGeometry height="30" width="210" x="30" as="geometry">
+             <mxRectangle height="30" width="210" as="alternateBounds" />
+           </mxGeometry>
+         </mxCell>
+         <mxCell id="LG3A9SinAXKCMsO0rOEQ-79" parent="LG3A9SinAXKCMsO0rOEQ-66" style="shape=tableRow;horizontal=0;startSize=0;swimlaneHead=0;swimlaneBody=0;fillColor=none;collapsible=0;dropTarget=0;points=[[0,0.5],[1,0.5]];portConstraint=eastwest;top=0;left=0;right=0;bottom=0;" vertex="1">
+           <mxGeometry height="30" width="240" y="120" as="geometry" />
+         </mxCell>
+         <mxCell id="LG3A9SinAXKCMsO0rOEQ-80" parent="LG3A9SinAXKCMsO0rOEQ-79" style="shape=partialRectangle;connectable=0;fillColor=none;top=0;left=0;bottom=0;right=0;editable=1;overflow=hidden;whiteSpace=wrap;html=1;" vertex="1">
+           <mxGeometry height="30" width="30" as="geometry">
+             <mxRectangle height="30" width="30" as="alternateBounds" />
+           </mxGeometry>
+         </mxCell>
+         <mxCell id="LG3A9SinAXKCMsO0rOEQ-81" parent="LG3A9SinAXKCMsO0rOEQ-79" style="shape=partialRectangle;connectable=0;fillColor=none;top=0;left=0;bottom=0;right=0;align=left;spacingLeft=6;overflow=hidden;whiteSpace=wrap;html=1;" value="years_experience (int)" vertex="1">
+           <mxGeometry height="30" width="210" x="30" as="geometry">
+             <mxRectangle height="30" width="210" as="alternateBounds" />
+           </mxGeometry>
+         </mxCell>
+         <mxCell id="CQ5CGXyJQBUTTsTCNaH0-2" edge="1" parent="1" source="LG3A9SinAXKCMsO0rOEQ-32" style="endArrow=classic;html=1;rounded=0;fontSize=12;startSize=8;endSize=8;exitX=0.698;exitY=-0.009;exitDx=0;exitDy=0;edgeStyle=orthogonalEdgeStyle;entryX=0.014;entryY=1.055;entryDx=0;entryDy=0;entryPerimeter=0;exitPerimeter=0;" target="LG3A9SinAXKCMsO0rOEQ-20" value="">
+           <mxGeometry height="50" relative="1" width="50" as="geometry">
+             <mxPoint x="370" y="400" as="sourcePoint" />
+             <mxPoint x="230" y="370" as="targetPoint" />
+           </mxGeometry>
+         </mxCell>
+         <mxCell id="CQ5CGXyJQBUTTsTCNaH0-4" edge="1" parent="1" source="LG3A9SinAXKCMsO0rOEQ-66" style="endArrow=classic;html=1;rounded=0;fontSize=12;startSize=8;endSize=8;entryX=0.996;entryY=0.196;entryDx=0;entryDy=0;exitX=0.436;exitY=-0.013;exitDx=0;exitDy=0;exitPerimeter=0;edgeStyle=orthogonalEdgeStyle;elbow=vertical;entryPerimeter=0;" target="LG3A9SinAXKCMsO0rOEQ-23" value="">
+           <mxGeometry height="50" relative="1" width="50" as="geometry">
+             <mxPoint x="510" y="430" as="sourcePoint" />
+             <mxPoint x="530" y="390" as="targetPoint" />
+           </mxGeometry>
+         </mxCell>
+         <mxCell id="CQ5CGXyJQBUTTsTCNaH0-9" edge="1" parent="1" source="LG3A9SinAXKCMsO0rOEQ-48" style="endArrow=classic;html=1;rounded=0;fontSize=12;startSize=8;endSize=8;edgeStyle=isometricEdgeStyle;elbow=vertical;exitX=0.678;exitY=1.031;exitDx=0;exitDy=0;exitPerimeter=0;entryX=0;entryY=0.5;entryDx=0;entryDy=0;" target="UjN1ndXcJ4lHq0jA6Iy1-12" value="">
+           <mxGeometry height="50" relative="1" width="50" as="geometry">
+             <mxPoint x="109.15" y="700" as="sourcePoint" />
+             <mxPoint x="159.15" y="650" as="targetPoint" />
          </mxGeometry>
        </mxCell>
      </root>
    </mxGraphModel>
  </diagram>
</mxfile>
